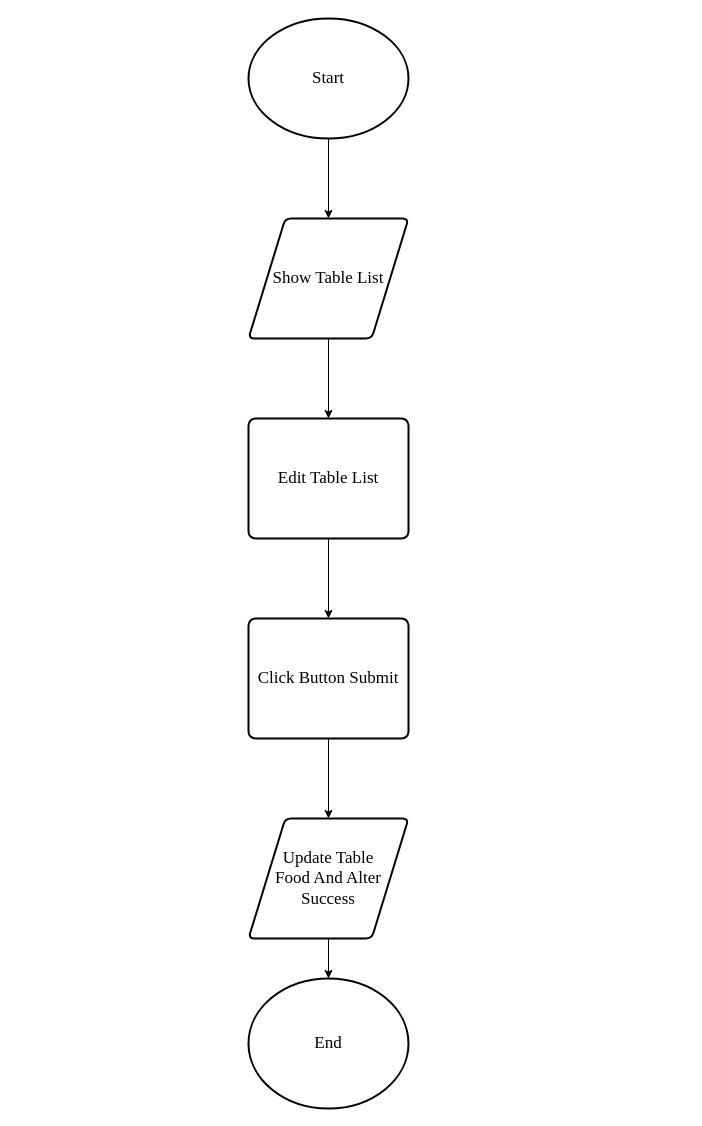
Earlier version of the draw.io diagram page "Edit, Insert Table Food" (9 of 15) of document/diagram/flowchart.drawio (daomtthuan/do-an). Source tidied: cells renumbered, new cells numbered last; positions are measured from the earlier drawing's top-left corner, leaving out a move shared by most shapes. Both pictures are drawn from the tidied source at 100%, with x=0, y=0 at pixel (248, 18).
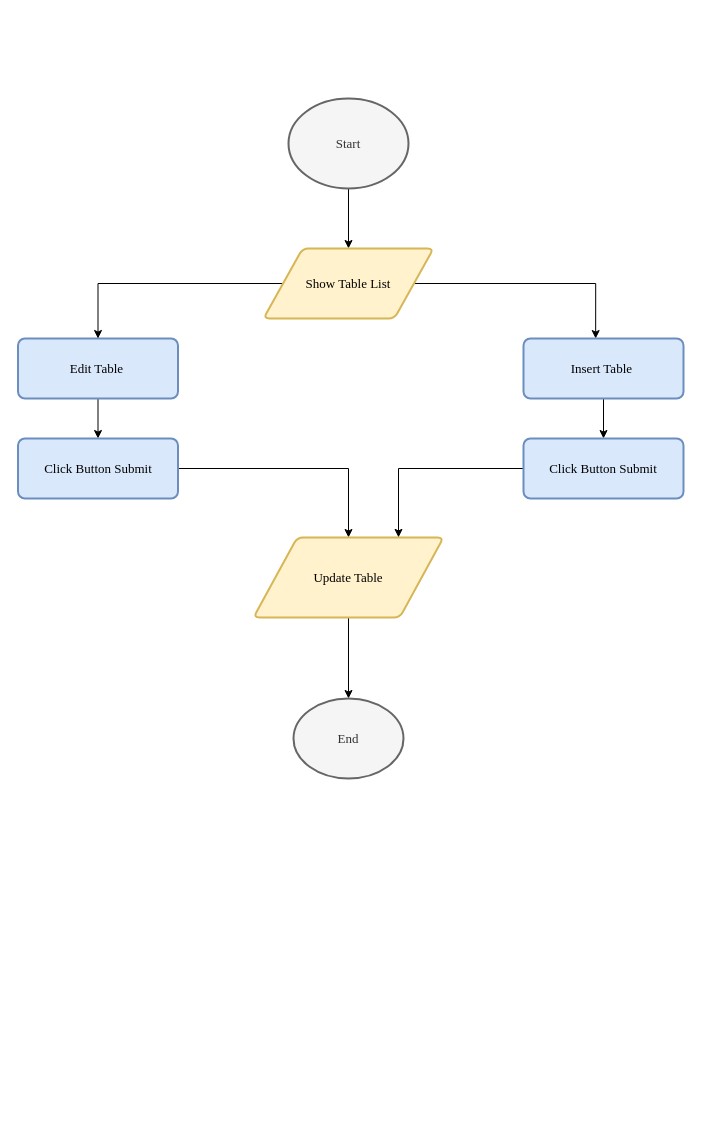
The same page after the edit.

Change to the diagram source:
```diff
@@
 <mxGraphModel>
   <root>
     <mxCell id="0" />
     <mxCell id="1" parent="0" />
-    <mxCell id="2" style="edgeStyle=orthogonalEdgeStyle;rounded=0;jettySize=auto;html=1;" parent="1" edge="1" source="3" target="9">
+    <mxCell id="2" style="edgeStyle=orthogonalEdgeStyle;rounded=0;jettySize=auto;html=1;fontFamily=Times New Roman;fontSize=13;" parent="1" edge="1" source="3" target="9">
       <mxGeometry relative="1" as="geometry" />
     </mxCell>
-    <mxCell id="3" value="&lt;font face=&quot;Times New Roman&quot; style=&quot;font-size: 17px&quot;&gt;Start&lt;/font&gt;" style="strokeWidth=2;html=1;shape=mxgraph.flowchart.start_1;whiteSpace=wrap;" parent="1" vertex="1">
-      <mxGeometry width="160" height="120" as="geometry" />
+    <mxCell id="3" value="&lt;font style=&quot;font-size: 13px;&quot;&gt;Start&lt;/font&gt;" style="strokeWidth=2;html=1;shape=mxgraph.flowchart.start_1;whiteSpace=wrap;fontFamily=Times New Roman;fontSize=13;fillColor=#f5f5f5;strokeColor=#666666;fontColor=#333333;" parent="1" vertex="1">
+      <mxGeometry x="40" y="80" width="120" height="90" as="geometry" />
     </mxCell>
-    <mxCell id="4" style="edgeStyle=orthogonalEdgeStyle;rounded=0;jettySize=auto;html=1;" parent="1" edge="1" source="5" target="7">
+    <mxCell id="4" style="edgeStyle=orthogonalEdgeStyle;rounded=0;jettySize=auto;html=1;fontFamily=Times New Roman;fontSize=13;" parent="1" edge="1" source="5" target="7">
       <mxGeometry relative="1" as="geometry" />
     </mxCell>
-    <mxCell id="5" value="&lt;font style=&quot;font-size: 17px&quot; face=&quot;Times New Roman&quot;&gt;Edit Table List&lt;/font&gt;" style="rounded=1;whiteSpace=wrap;html=1;absoluteArcSize=1;arcSize=14;strokeWidth=2;" parent="1" vertex="1">
-      <mxGeometry y="400" width="160" height="120" as="geometry" />
+    <mxCell id="5" value="&lt;font style=&quot;font-size: 13px&quot;&gt;Edit Table&amp;nbsp;&lt;/font&gt;" style="rounded=1;whiteSpace=wrap;html=1;absoluteArcSize=1;arcSize=14;strokeWidth=2;fontFamily=Times New Roman;fontSize=13;fillColor=#dae8fc;strokeColor=#6c8ebf;" parent="1" vertex="1">
+      <mxGeometry x="-230.5" y="320" width="160" height="60" as="geometry" />
     </mxCell>
-    <mxCell id="6" style="edgeStyle=orthogonalEdgeStyle;rounded=0;jettySize=auto;html=1;" parent="1" edge="1" source="7" target="11">
+    <mxCell id="6" style="edgeStyle=orthogonalEdgeStyle;rounded=0;jettySize=auto;html=1;fontFamily=Times New Roman;fontSize=13;" parent="1" edge="1" source="7" target="11">
       <mxGeometry relative="1" as="geometry" />
     </mxCell>
-    <mxCell id="7" value="&lt;font style=&quot;font-size: 17px&quot; face=&quot;Times New Roman&quot;&gt;Click Button Submit&lt;/font&gt;" style="rounded=1;whiteSpace=wrap;html=1;absoluteArcSize=1;arcSize=14;strokeWidth=2;" parent="1" vertex="1">
-      <mxGeometry y="600" width="160" height="120" as="geometry" />
+    <mxCell id="7" value="&lt;font style=&quot;font-size: 13px;&quot;&gt;Click Button Submit&lt;/font&gt;" style="rounded=1;whiteSpace=wrap;html=1;absoluteArcSize=1;arcSize=14;strokeWidth=2;fontFamily=Times New Roman;fontSize=13;fillColor=#dae8fc;strokeColor=#6c8ebf;" parent="1" vertex="1">
+      <mxGeometry x="-230.5" y="420" width="160" height="60" as="geometry" />
     </mxCell>
-    <mxCell id="8" style="edgeStyle=orthogonalEdgeStyle;rounded=0;jettySize=auto;html=1;" parent="1" edge="1" source="9" target="5">
+    <mxCell id="8" style="edgeStyle=orthogonalEdgeStyle;rounded=0;jettySize=auto;html=1;fontFamily=Times New Roman;fontSize=13;" parent="1" edge="1" source="9" target="5">
       <mxGeometry relative="1" as="geometry" />
     </mxCell>
+    <mxCell id="13" style="edgeStyle=orthogonalEdgeStyle;rounded=0;jettySize=auto;html=1;fontFamily=Times New Roman;fontSize=13;entryX=0.451;entryY=0.001;entryDx=0;entryDy=0;entryPerimeter=0;" parent="1" edge="1" source="9" target="16">
+      <mxGeometry relative="1" as="geometry" />
+    </mxCell>
-    <mxCell id="9" value="&lt;font style=&quot;font-size: 17px&quot; face=&quot;Times New Roman&quot;&gt;Show Table List&lt;/font&gt;" style="shape=parallelogram;html=1;strokeWidth=2;perimeter=parallelogramPerimeter;whiteSpace=wrap;rounded=1;arcSize=12;size=0.23;" parent="1" vertex="1">
-      <mxGeometry y="200" width="160" height="120" as="geometry" />
+    <mxCell id="9" value="&lt;font style=&quot;font-size: 13px;&quot;&gt;Show Table List&lt;/font&gt;" style="shape=parallelogram;html=1;strokeWidth=2;perimeter=parallelogramPerimeter;whiteSpace=wrap;rounded=1;arcSize=12;size=0.23;fontFamily=Times New Roman;fontSize=13;fillColor=#fff2cc;strokeColor=#d6b656;" parent="1" vertex="1">
+      <mxGeometry x="15" y="230" width="170" height="70" as="geometry" />
     </mxCell>
-    <mxCell id="10" style="edgeStyle=orthogonalEdgeStyle;rounded=0;jettySize=auto;html=1;fontFamily=Times New Roman;fontSize=17;" parent="1" edge="1" source="11" target="12">
+    <mxCell id="10" style="edgeStyle=orthogonalEdgeStyle;rounded=0;jettySize=auto;html=1;fontFamily=Times New Roman;fontSize=13;" parent="1" edge="1" source="11" target="12">
       <mxGeometry relative="1" as="geometry" />
     </mxCell>
-    <mxCell id="11" value="&lt;font face=&quot;Times New Roman&quot; style=&quot;font-size: 17px&quot;&gt;Update Table &lt;br&gt;Food And Alter Success&lt;/font&gt;" style="shape=parallelogram;html=1;strokeWidth=2;perimeter=parallelogramPerimeter;whiteSpace=wrap;rounded=1;arcSize=12;size=0.23;" parent="1" vertex="1">
-      <mxGeometry y="800" width="160" height="120" as="geometry" />
+    <mxCell id="11" value="&lt;font style=&quot;font-size: 13px;&quot;&gt;Update Table &lt;br style=&quot;font-size: 13px;&quot;&gt;&lt;/font&gt;" style="shape=parallelogram;html=1;strokeWidth=2;perimeter=parallelogramPerimeter;whiteSpace=wrap;rounded=1;arcSize=12;size=0.23;fontFamily=Times New Roman;fontSize=13;fillColor=#fff2cc;strokeColor=#d6b656;" parent="1" vertex="1">
+      <mxGeometry x="5" y="519" width="190" height="80" as="geometry" />
     </mxCell>
-    <mxCell id="12" value="&lt;font style=&quot;font-size: 17px&quot; face=&quot;Times New Roman&quot;&gt;End&lt;/font&gt;" style="strokeWidth=2;html=1;shape=mxgraph.flowchart.start_1;whiteSpace=wrap;" parent="1" vertex="1">
-      <mxGeometry y="960" width="160" height="130" as="geometry" />
+    <mxCell id="12" value="&lt;font style=&quot;font-size: 13px;&quot;&gt;End&lt;/font&gt;" style="strokeWidth=2;html=1;shape=mxgraph.flowchart.start_1;whiteSpace=wrap;fontFamily=Times New Roman;fontSize=13;fillColor=#f5f5f5;strokeColor=#666666;fontColor=#333333;" parent="1" vertex="1">
+      <mxGeometry x="45" y="680" width="110" height="80" as="geometry" />
     </mxCell>
+    <mxCell id="14" value="&amp;nbsp;" style="text;html=1;points=[];align=left;verticalAlign=top;spacingTop=-4;fontSize=13;fontFamily=Times New Roman;" parent="1" vertex="1">
+      <mxGeometry x="124.5" y="510" width="20" height="20" as="geometry" />
+    </mxCell>
+    <mxCell id="15" style="edgeStyle=orthogonalEdgeStyle;rounded=0;jettySize=auto;html=1;fontFamily=Times New Roman;fontSize=13;" parent="1" edge="1" source="16" target="18">
+      <mxGeometry relative="1" as="geometry" />
+    </mxCell>
+    <mxCell id="16" value="Insert Table&amp;nbsp;" style="rounded=1;whiteSpace=wrap;html=1;absoluteArcSize=1;arcSize=14;strokeWidth=2;fontFamily=Times New Roman;fontSize=13;fillColor=#dae8fc;strokeColor=#6c8ebf;" parent="1" vertex="1">
+      <mxGeometry x="275" y="320" width="160" height="60" as="geometry" />
+    </mxCell>
+    <mxCell id="17" style="edgeStyle=orthogonalEdgeStyle;rounded=0;jettySize=auto;html=1;entryX=1.275;entryY=0.444;entryDx=0;entryDy=0;fontFamily=Times New Roman;fontSize=13;entryPerimeter=0;" parent="1" edge="1" source="18" target="14">
+      <mxGeometry relative="1" as="geometry" />
+    </mxCell>
+    <mxCell id="18" value="&lt;font style=&quot;font-size: 13px;&quot;&gt;Click Button Submit&lt;/font&gt;" style="rounded=1;whiteSpace=wrap;html=1;absoluteArcSize=1;arcSize=14;strokeWidth=2;fontFamily=Times New Roman;fontSize=13;fillColor=#dae8fc;strokeColor=#6c8ebf;" parent="1" vertex="1">
+      <mxGeometry x="275" y="420" width="160" height="60" as="geometry" />
+    </mxCell>
   </root>
 </mxGraphModel>
```
